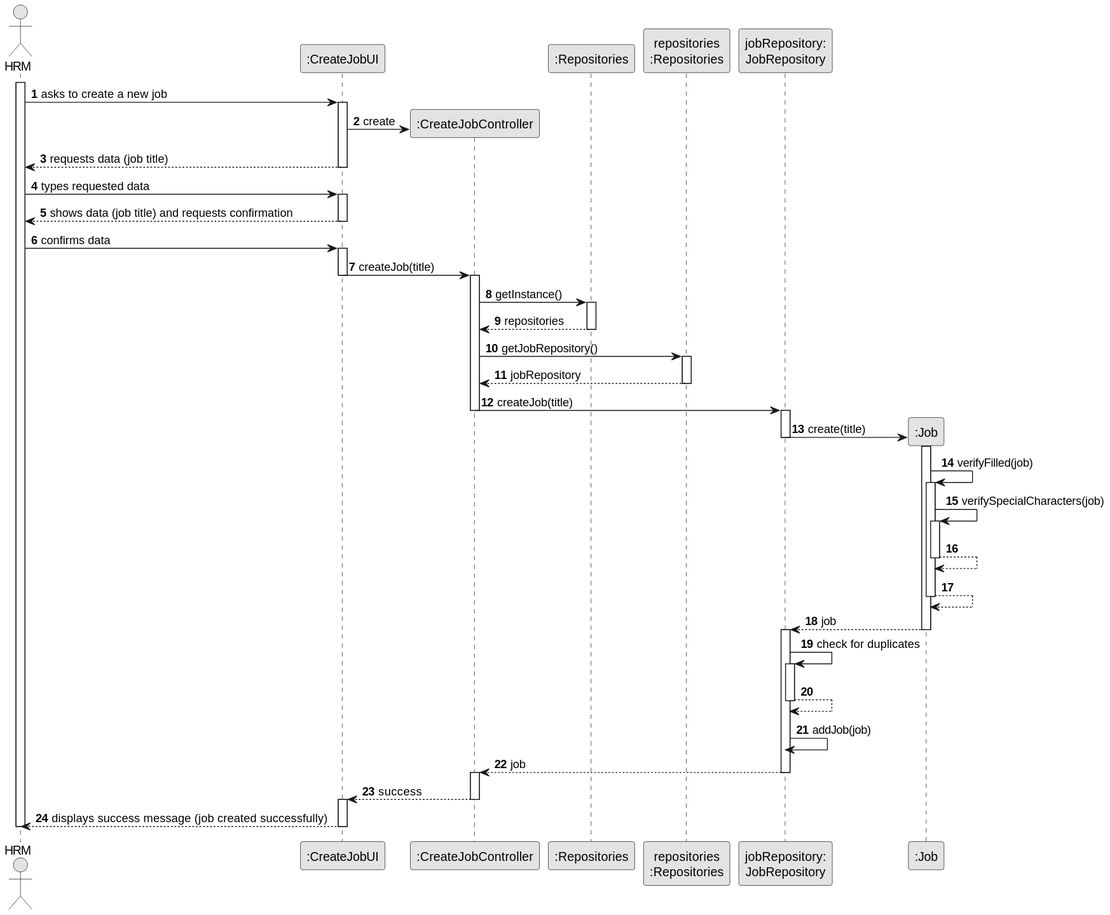
Above: docs/sprintC/us002/03.design/svg/us002-sequence-diagram-full.svg in ricardomm7/leaflink (PlantUML), before the change.
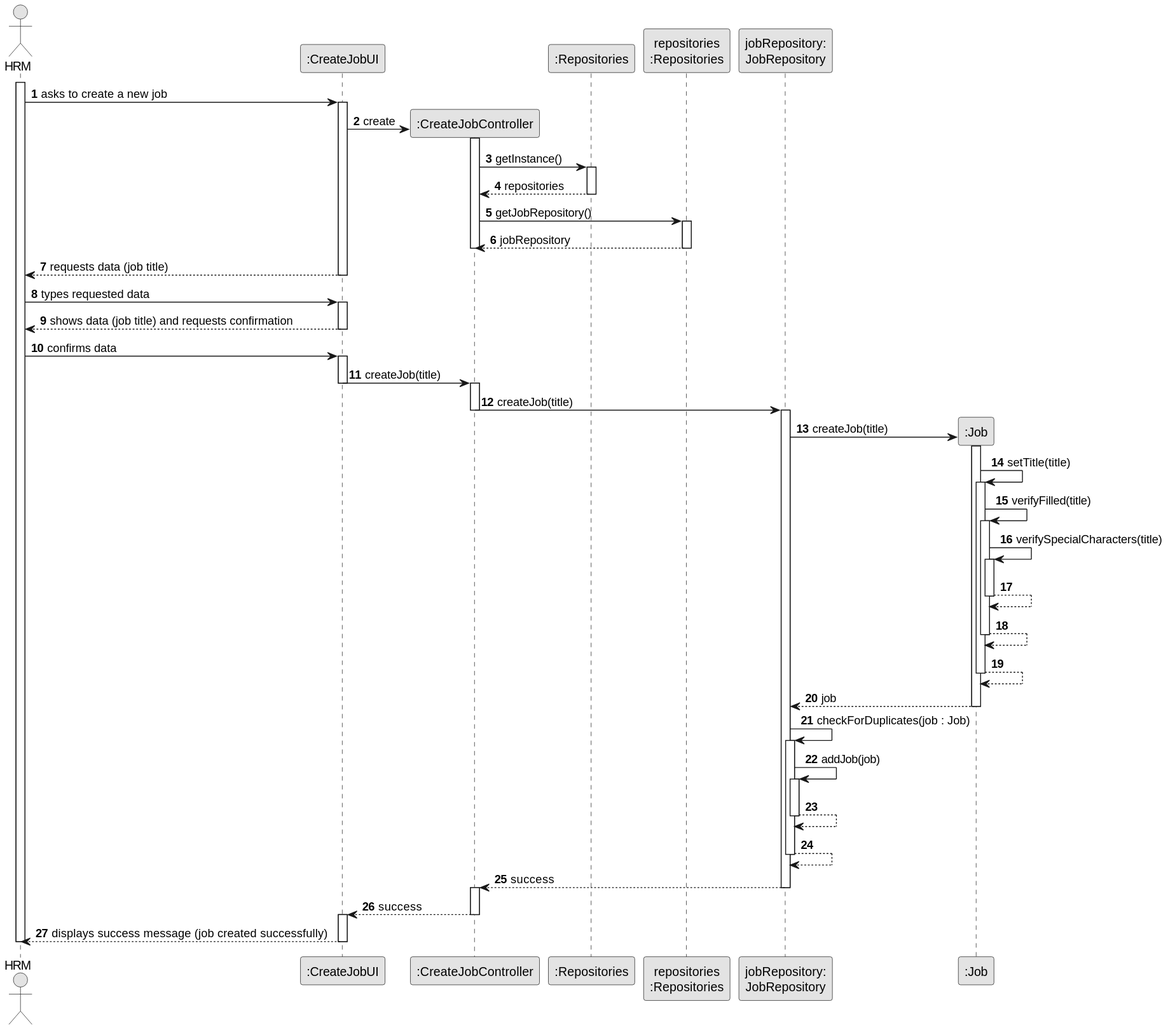
After the change.

What changed in the source:
```diff
@@ -19,6 +19,17 @@
 activate UI
 
 UI -> CTRL** : create
+activate CTRL
+CTRL -> GlobRepo : getInstance()
+activate GlobRepo
+GlobRepo --> CTRL : repositories
+deactivate GlobRepo
+
+CTRL -> PLAT : getJobRepository()
+activate PLAT
+PLAT -->  CTRL: jobRepository
+deactivate CTRL
+deactivate PLAT
 
 UI --> Employee : requests data (job title)
 deactivate UI
@@ -35,45 +46,40 @@
 UI -> CTRL : createJob(title)
 deactivate UI
 activate CTRL
-CTRL -> GlobRepo : getInstance()
-activate GlobRepo
-GlobRepo --> CTRL : repositories
-deactivate GlobRepo
-
-CTRL -> PLAT : getJobRepository()
-activate PLAT
-PLAT -->  CTRL: jobRepository
-deactivate PLAT
 
 CTRL -> jobRepository : createJob(title)
 deactivate CTRL
 activate jobRepository
 
-    jobRepository -> Job** : create(title)
-    deactivate jobRepository
-
+    jobRepository -> Job** : createJob(title)
         activate Job
-
-    Job -> Job : verifyFilled(job)
+        Job -> Job : setTitle(title)
+activate Job
+    Job -> Job : verifyFilled(title)
         activate Job
-        Job -> Job : verifySpecialCharacters(job)
+        Job -> Job : verifySpecialCharacters(title)
         activate Job
         Job --> Job
         deactivate Job
     Job --> Job
     deactivate Job
+    Job --> Job
+    deactivate Job
+
     Job --> jobRepository : job
+
     deactivate Job
+
+    jobRepository -> jobRepository : checkForDuplicates(job : Job)
     activate jobRepository
-
-    jobRepository -> jobRepository : check for duplicates
-    activate jobRepository
+        jobRepository -> jobRepository: addJob(job)
+activate jobRepository
     jobRepository --> jobRepository
     deactivate jobRepository
 
-    jobRepository -> jobRepository: addJob(job)
-    deactivate Job
-jobRepository --> CTRL : job
+jobRepository --> jobRepository
+    deactivate jobRepository
+jobRepository --> CTRL : success
 deactivate jobRepository
 activate CTRL
 deactivate jobRepository
```
